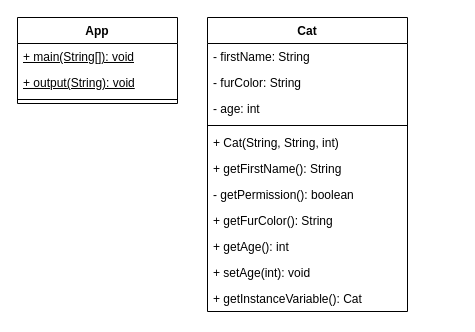
This is klassendiagramm.drawio from MichaelD221/02b_Klassen_Objekte_2, a draw.io file, before an edit. Source tidied: cells renumbered, new cells numbered last; positions are measured from the earlier drawing's top-left corner, leaving out a move shared by most shapes. Both pictures are drawn from the tidied source at 100%, with x=0, y=0 at pixel (17, 17).
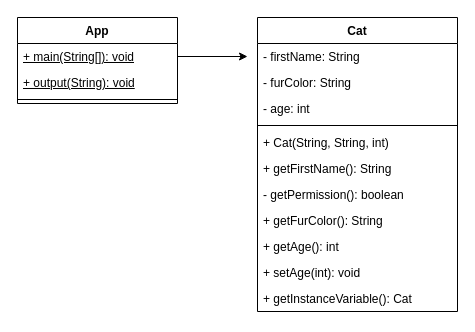
The same diagram, later.

Diff of the diagram source:
```diff
@@
 <mxGraphModel>
   <root>
     <mxCell id="0" />
     <mxCell id="1" parent="0" />
     <mxCell id="2" value="Cat" style="swimlane;fontStyle=1;align=center;verticalAlign=top;horizontal=1;startSize=26;whiteSpace=wrap;html=1;" parent="1" vertex="1">
-      <mxGeometry x="190" width="200" height="294" as="geometry" />
+      <mxGeometry x="240" width="200" height="294" as="geometry" />
     </mxCell>
     <mxCell id="3" value="- firstName: String" style="text;strokeColor=none;fillColor=none;align=left;verticalAlign=top;spacingLeft=4;spacingRight=4;overflow=hidden;whiteSpace=wrap;html=1;" parent="2" vertex="1">
       <mxGeometry y="26" width="200" height="26" as="geometry" />
     </mxCell>
     <mxCell id="4" value="- furColor: String" style="text;strokeColor=none;fillColor=none;align=left;verticalAlign=top;spacingLeft=4;spacingRight=4;overflow=hidden;whiteSpace=wrap;html=1;" parent="2" vertex="1">
       <mxGeometry y="52" width="200" height="26" as="geometry" />
     </mxCell>
     <mxCell id="5" value="- age: int" style="text;strokeColor=none;fillColor=none;align=left;verticalAlign=top;spacingLeft=4;spacingRight=4;overflow=hidden;whiteSpace=wrap;html=1;" parent="2" vertex="1">
       <mxGeometry y="78" width="200" height="26" as="geometry" />
     </mxCell>
     <mxCell id="6" style="line;strokeWidth=1;fillColor=none;align=left;verticalAlign=middle;spacingTop=-1;spacingLeft=3;spacingRight=3;labelPosition=right;strokeColor=inherit;" parent="2" vertex="1">
       <mxGeometry y="104" width="200" height="8" as="geometry" />
     </mxCell>
     <mxCell id="7" value="+ Cat(String, String, int)" style="text;strokeColor=none;fillColor=none;align=left;verticalAlign=top;spacingLeft=4;spacingRight=4;overflow=hidden;whiteSpace=wrap;html=1;" parent="2" vertex="1">
       <mxGeometry y="112" width="200" height="26" as="geometry" />
     </mxCell>
     <mxCell id="8" value="+ getFirstName(): String" style="text;strokeColor=none;fillColor=none;align=left;verticalAlign=top;spacingLeft=4;spacingRight=4;overflow=hidden;whiteSpace=wrap;html=1;" parent="2" vertex="1">
       <mxGeometry y="138" width="200" height="26" as="geometry" />
     </mxCell>
     <mxCell id="9" value="- getPermission(): boolean" style="text;strokeColor=none;fillColor=none;align=left;verticalAlign=top;spacingLeft=4;spacingRight=4;overflow=hidden;whiteSpace=wrap;html=1;" parent="2" vertex="1">
       <mxGeometry y="164" width="200" height="26" as="geometry" />
     </mxCell>
     <mxCell id="10" value="+ getFurColor(): String" style="text;strokeColor=none;fillColor=none;align=left;verticalAlign=top;spacingLeft=4;spacingRight=4;overflow=hidden;whiteSpace=wrap;html=1;" parent="2" vertex="1">
       <mxGeometry y="190" width="200" height="26" as="geometry" />
     </mxCell>
     <mxCell id="11" value="+ getAge(): int&lt;div&gt;&lt;br&gt;&lt;/div&gt;" style="text;strokeColor=none;fillColor=none;align=left;verticalAlign=top;spacingLeft=4;spacingRight=4;overflow=hidden;whiteSpace=wrap;html=1;" parent="2" vertex="1">
       <mxGeometry y="216" width="200" height="26" as="geometry" />
     </mxCell>
     <mxCell id="12" value="+ setAge(int): void" style="text;strokeColor=none;fillColor=none;align=left;verticalAlign=top;spacingLeft=4;spacingRight=4;overflow=hidden;whiteSpace=wrap;html=1;" parent="2" vertex="1">
       <mxGeometry y="242" width="200" height="26" as="geometry" />
     </mxCell>
     <mxCell id="13" value="+ getInstanceVariable(): Cat" style="text;strokeColor=none;fillColor=none;align=left;verticalAlign=top;spacingLeft=4;spacingRight=4;overflow=hidden;whiteSpace=wrap;html=1;" parent="2" vertex="1">
       <mxGeometry y="268" width="200" height="26" as="geometry" />
     </mxCell>
     <mxCell id="14" value="App" style="swimlane;fontStyle=1;align=center;verticalAlign=top;horizontal=1;startSize=26;whiteSpace=wrap;html=1;" parent="1" vertex="1">
       <mxGeometry width="160" height="86" as="geometry" />
     </mxCell>
+    <mxCell id="18" style="edgeStyle=none;html=1;" parent="14" edge="1" source="15">
+      <mxGeometry relative="1" as="geometry">
+        <mxPoint x="230" y="39" as="targetPoint" />
+      </mxGeometry>
+    </mxCell>
     <mxCell id="15" value="&lt;u&gt;+ main(String[]): void&lt;/u&gt;" style="text;strokeColor=none;fillColor=none;align=left;verticalAlign=top;spacingLeft=4;spacingRight=4;overflow=hidden;points=[[0,0.5],[1,0.5]];portConstraint=eastwest;whiteSpace=wrap;html=1;" parent="14" vertex="1">
       <mxGeometry y="26" width="160" height="26" as="geometry" />
     </mxCell>
     <mxCell id="16" value="&lt;u&gt;+ output(String): void&lt;/u&gt;" style="text;strokeColor=none;fillColor=none;align=left;verticalAlign=top;spacingLeft=4;spacingRight=4;overflow=hidden;whiteSpace=wrap;html=1;" parent="14" vertex="1">
       <mxGeometry y="52" width="160" height="26" as="geometry" />
     </mxCell>
     <mxCell id="17" style="line;strokeWidth=1;fillColor=none;align=left;verticalAlign=middle;spacingTop=-1;spacingLeft=3;spacingRight=3;labelPosition=right;strokeColor=inherit;" parent="14" vertex="1">
       <mxGeometry y="78" width="160" height="8" as="geometry" />
     </mxCell>
   </root>
 </mxGraphModel>
```
